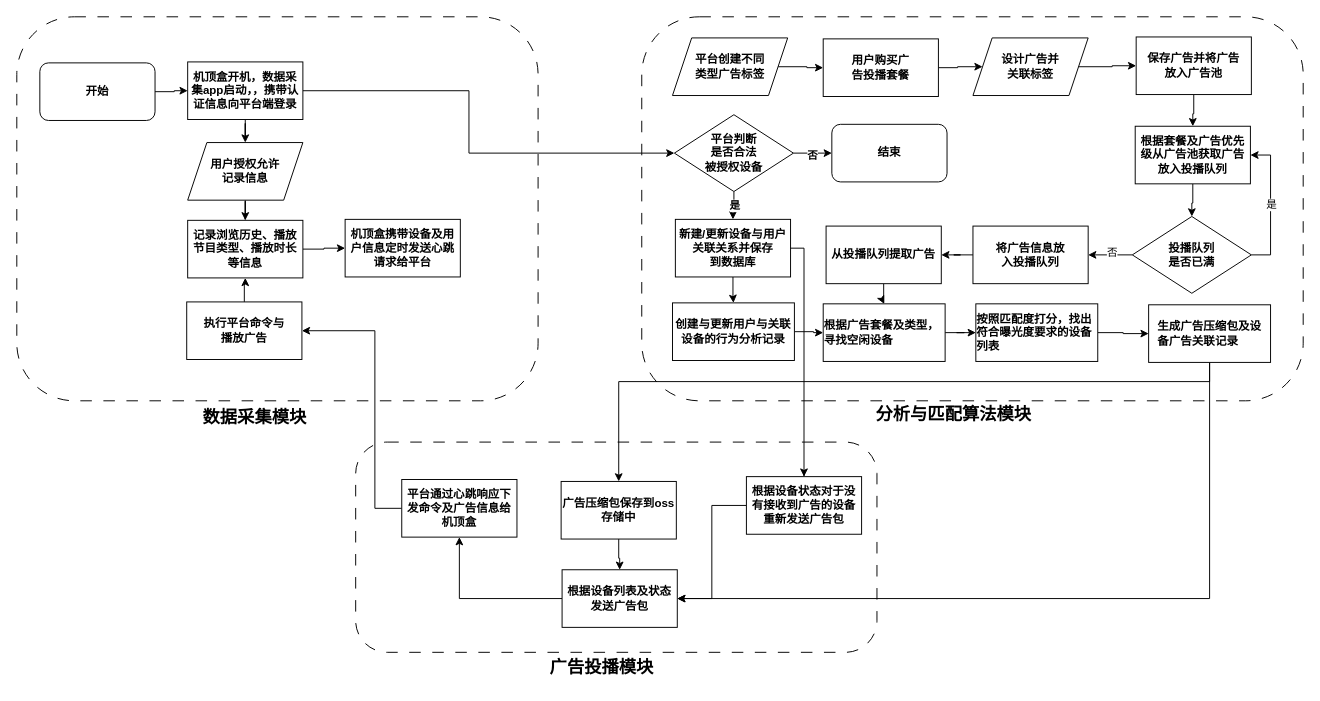
Earlier version of the draw.io diagram 专利-机顶盒广告智能投播-流程图.drawio (sjxbg/xmindfile). Source tidied: cells renumbered, new cells numbered last; positions are measured from the earlier drawing's top-left corner, leaving out a move shared by most shapes. Both pictures are drawn from the tidied source at 96%, with x=0, y=0 at pixel (16, 16).
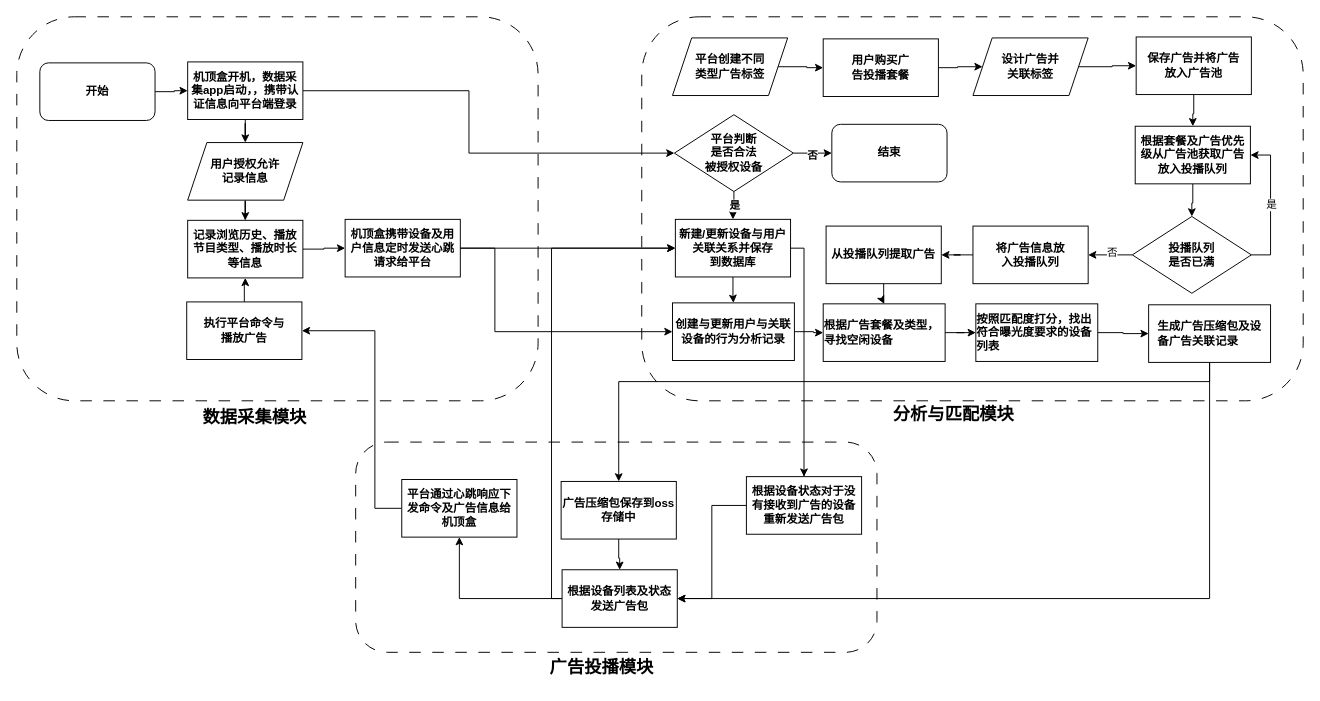
The same page after the edit.

Commit message:
更新专利-机顶盒广告智能投播-流程图.drawio

Unchanged cells that the change refers to:
```xml
<mxCell id="17" value="新建/更新设备与用户关联关系并保存&lt;div&gt;到数据库&lt;/div&gt;" style="rounded=0;whiteSpace=wrap;html=1;fontStyle=1;" parent="1" vertex="1">
  <mxGeometry x="686" y="211" width="120" height="60" as="geometry" />
</mxCell>
<mxCell id="23" value="机顶盒携带设备及用户信息定时发送心跳请求给平台" style="rounded=0;whiteSpace=wrap;html=1;fontStyle=1;" parent="1" vertex="1">
  <mxGeometry x="342" y="211" width="120" height="60" as="geometry" />
</mxCell>
<mxCell id="30" value="平台通过心跳响应下发命令&lt;span style=&quot;background-color: initial;&quot;&gt;及广告信息给机顶盒&lt;/span&gt;" style="rounded=0;whiteSpace=wrap;html=1;fontStyle=1;" parent="1" vertex="1">
  <mxGeometry x="401" y="482" width="120" height="60" as="geometry" />
</mxCell>
<mxCell id="42" value="创建与更新用户与关联设备的行为分析记录" style="rounded=0;whiteSpace=wrap;html=1;fontStyle=1;" parent="1" vertex="1">
  <mxGeometry x="683" y="298" width="127" height="60" as="geometry" />
</mxCell>
<mxCell id="66" value="根据设备列表及状态发送广告包" style="whiteSpace=wrap;html=1;fontStyle=1;" parent="1" vertex="1">
  <mxGeometry x="568" y="576" width="120" height="60" as="geometry" />
</mxCell>
```

The edit, as a diff of the source:
```diff
@@
+    <mxCell id="69" style="edgeStyle=orthogonalEdgeStyle;rounded=0;jettySize=auto;html=1;entryX=0;entryY=0.5;entryDx=0;entryDy=0;" parent="1" edge="1" source="23" target="42">
+      <mxGeometry relative="1" as="geometry">
+        <Array as="points">
+          <mxPoint x="498" y="241" />
+          <mxPoint x="498" y="328" />
+        </Array>
+      </mxGeometry>
+    </mxCell>
+    <mxCell id="70" style="edgeStyle=orthogonalEdgeStyle;rounded=0;jettySize=auto;html=1;entryX=0;entryY=0.5;entryDx=0;entryDy=0;" parent="1" edge="1" source="23" target="17">
+      <mxGeometry relative="1" as="geometry" />
+    </mxCell>
@@
-    <mxCell id="34" value="&lt;b&gt;&lt;font style=&quot;font-size: 18px;&quot;&gt;分析与匹配算法模块&lt;/font&gt;&lt;/b&gt;" style="text;strokeColor=none;align=center;fillColor=none;html=1;verticalAlign=middle;whiteSpace=wrap;rounded=0;" parent="1" vertex="1">
+    <mxCell id="34" value="&lt;b&gt;&lt;font style=&quot;font-size: 18px;&quot;&gt;分析与匹配&lt;/font&gt;&lt;/b&gt;&lt;b style=&quot;background-color: initial;&quot;&gt;&lt;font style=&quot;font-size: 18px;&quot;&gt;模块&lt;/font&gt;&lt;/b&gt;" style="text;strokeColor=none;align=center;fillColor=none;html=1;verticalAlign=middle;whiteSpace=wrap;rounded=0;" parent="1" vertex="1">
       <mxGeometry x="891" y="398" width="170" height="34" as="geometry" />
     </mxCell>
@@
-    <mxCell id="65" style="edgeStyle=orthogonalEdgeStyle;rounded=0;jettySize=auto;html=1;entryX=0.5;entryY=1;entryDx=0;entryDy=0;" parent="1" edge="1" source="66" target="30">
-      <mxGeometry relative="1" as="geometry" />
+    <mxCell id="65" style="edgeStyle=orthogonalEdgeStyle;rounded=0;jettySize=auto;html=1;entryX=0;entryY=0.5;entryDx=0;entryDy=0;" parent="1" edge="1" source="66" target="17">
+      <mxGeometry relative="1" as="geometry">
+        <Array as="points">
+          <mxPoint x="557" y="606" />
+          <mxPoint x="557" y="241" />
+        </Array>
+      </mxGeometry>
     </mxCell>
+    <mxCell id="71" style="edgeStyle=orthogonalEdgeStyle;rounded=0;jettySize=auto;html=1;entryX=0.5;entryY=1;entryDx=0;entryDy=0;" parent="1" edge="1" source="66" target="30">
+      <mxGeometry relative="1" as="geometry" />
+    </mxCell>
```
